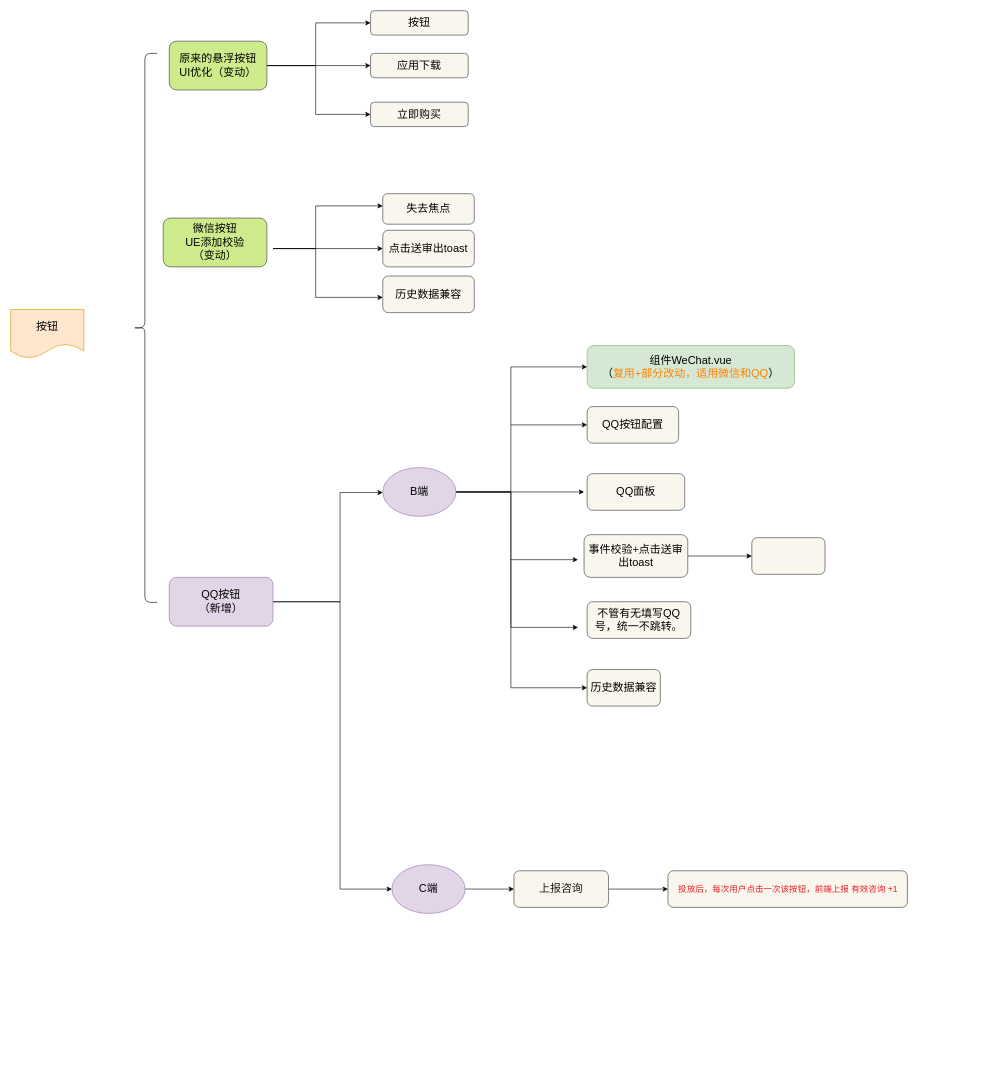
AnneLau/-algorithm_bubble keeps this draw.io diagram as QQ直达链接开发点.drawio. Above is the earlier version. Source tidied: cells renumbered, new cells numbered last; positions are measured from the earlier drawing's top-left corner, leaving out a move shared by most shapes. Both pictures are drawn from the tidied source at 61%, with x=0, y=0 at pixel (10, 10).
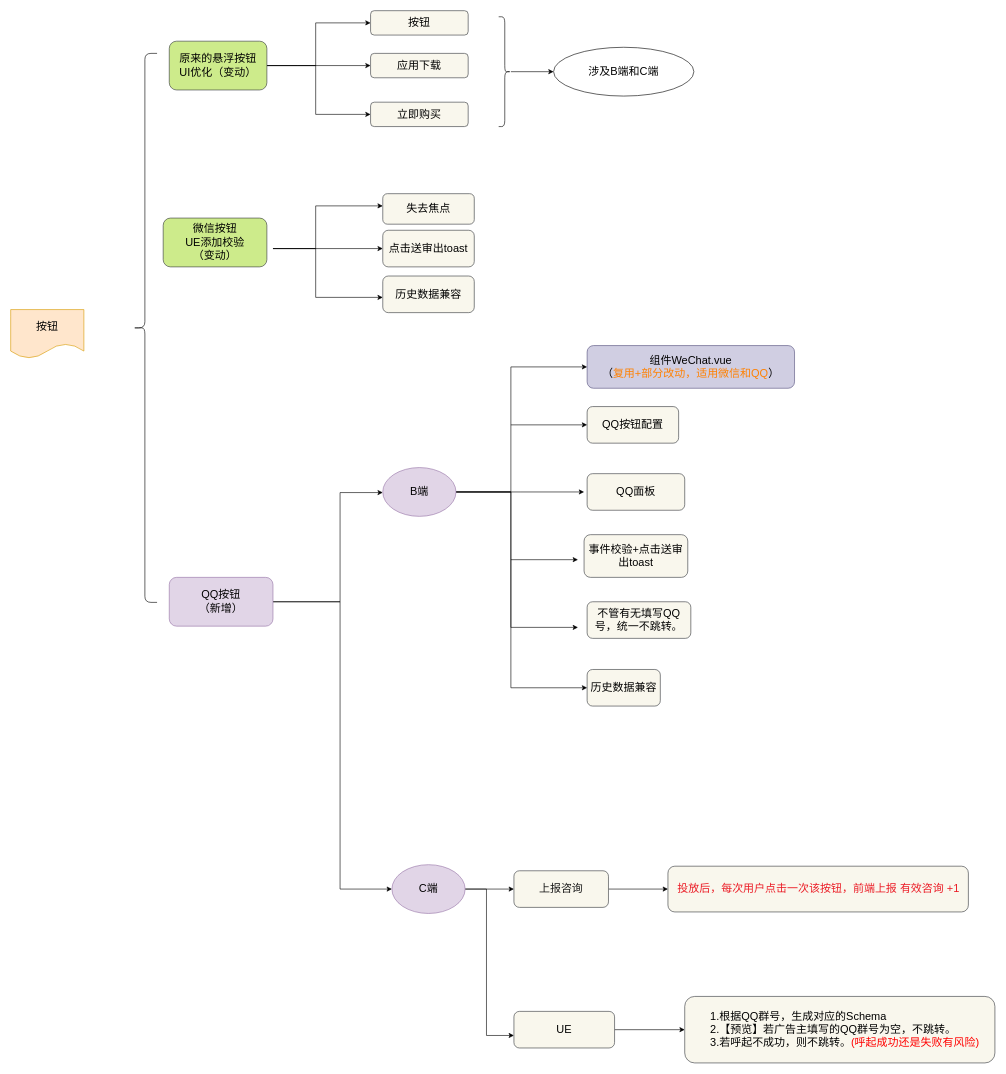
The same diagram, later.

Commit message (it also covers changes not shown here):
Update QQ直达链接开发点.drawio

Unchanged cells that the change refers to:
```xml
<mxCell id="26" value="&lt;span style=&quot;font-size: 18px&quot;&gt;事件校验+点击送审出toast&lt;/span&gt;&lt;span style=&quot;font-size: 18px&quot;&gt;&lt;br&gt;&lt;/span&gt;" style="whiteSpace=wrap;html=1;rounded=1;strokeColor=#36393d;fillColor=#f9f7ed;" parent="1" vertex="1">
  <mxGeometry x="940" y="859" width="170" height="70" as="geometry" />
</mxCell>
<mxCell id="35" value="&lt;font style=&quot;font-size: 18px&quot;&gt;C端&lt;/font&gt;" style="ellipse;whiteSpace=wrap;html=1;rounded=1;strokeColor=#9673a6;fillColor=#e1d5e7;" parent="1" vertex="1">
  <mxGeometry x="625" y="1400" width="120" height="80" as="geometry" />
</mxCell>
```

Change to the diagram source:
```diff
@@
-    <mxCell id="22" value="&lt;span style=&quot;font-size: 18px&quot;&gt;组件WeChat.vue&lt;br&gt;（&lt;font color=&quot;#ff8000&quot;&gt;复用+部分改动，适用微信和QQ&lt;/font&gt;）&lt;br&gt;&lt;/span&gt;" style="whiteSpace=wrap;html=1;rounded=1;strokeColor=#82b366;fillColor=#d5e8d4;" parent="1" vertex="1">
+    <mxCell id="22" value="&lt;span style=&quot;font-size: 18px&quot;&gt;组件WeChat.vue&lt;br&gt;（&lt;font color=&quot;#ff8000&quot;&gt;复用+部分改动，适用微信和QQ&lt;/font&gt;）&lt;br&gt;&lt;/span&gt;" style="whiteSpace=wrap;html=1;rounded=1;strokeColor=#56517e;fillColor=#d0cee2;" parent="1" vertex="1">
       <mxGeometry x="945" y="549" width="340" height="70" as="geometry" />
     </mxCell>
@@
-    <mxCell id="25" style="edgeStyle=orthogonalEdgeStyle;rounded=0;jettySize=auto;html=1;" parent="1" edge="1" source="26" target="36">
-      <mxGeometry relative="1" as="geometry" />
-    </mxCell>
@@
+    <mxCell id="41" style="edgeStyle=orthogonalEdgeStyle;rounded=0;jettySize=auto;html=1;" parent="1" edge="1" source="35" target="46">
+      <mxGeometry relative="1" as="geometry">
+        <Array as="points">
+          <mxPoint x="780" y="1440" />
+          <mxPoint x="780" y="1680" />
+          <mxPoint x="908" y="1680" />
+        </Array>
+      </mxGeometry>
+    </mxCell>
@@
-    <mxCell id="36" style="whiteSpace=wrap;html=1;rounded=1;strokeColor=#36393d;fillColor=#f9f7ed;" parent="1" vertex="1">
-      <mxGeometry x="1215" y="864" width="120" height="60" as="geometry" />
-    </mxCell>
@@
-    <mxCell id="40" value="&lt;span style=&quot;color: rgb(235 , 28 , 38) ; font-size: 14px ; text-align: left&quot;&gt;投放后，每次用户点击一次该按钮，前端上报 有效咨询 +1&lt;/span&gt;" style="whiteSpace=wrap;html=1;rounded=1;strokeColor=#36393d;fillColor=#f9f7ed;" parent="1" vertex="1">
-      <mxGeometry x="1077.5" y="1410" width="392.5" height="60" as="geometry" />
+    <mxCell id="40" value="&lt;span style=&quot;color: rgb(235 , 28 , 38) ; text-align: left&quot;&gt;&lt;font style=&quot;font-size: 18px&quot;&gt;投放后，每次用户点击一次该按钮，前端上报 有效咨询 +1&lt;/font&gt;&lt;/span&gt;" style="whiteSpace=wrap;html=1;rounded=1;strokeColor=#36393d;fillColor=#f9f7ed;" parent="1" vertex="1">
+      <mxGeometry x="1077.5" y="1402.5" width="492.5" height="75" as="geometry" />
     </mxCell>
+    <mxCell id="42" style="edgeStyle=orthogonalEdgeStyle;rounded=0;jettySize=auto;html=1;" parent="1" edge="1" source="43" target="44">
+      <mxGeometry relative="1" as="geometry" />
+    </mxCell>
+    <mxCell id="43" style="shape=curlyBracket;whiteSpace=wrap;html=1;rounded=1;direction=west;" parent="1" vertex="1">
+      <mxGeometry x="800" y="10" width="20" height="180" as="geometry" />
+    </mxCell>
+    <mxCell id="44" value="&lt;font style=&quot;font-size: 18px&quot;&gt;涉及B端和C端&lt;/font&gt;" style="ellipse;whiteSpace=wrap;html=1;rounded=1;" parent="1" vertex="1">
+      <mxGeometry x="890" y="60" width="230" height="80" as="geometry" />
+    </mxCell>
+    <mxCell id="45" style="edgeStyle=orthogonalEdgeStyle;rounded=0;jettySize=auto;html=1;" parent="1" edge="1" source="46" target="47">
+      <mxGeometry relative="1" as="geometry" />
+    </mxCell>
+    <mxCell id="46" value="&lt;font style=&quot;font-size: 18px&quot;&gt;UE&lt;/font&gt;" style="whiteSpace=wrap;html=1;rounded=1;strokeColor=#36393d;fillColor=#f9f7ed;" parent="1" vertex="1">
+      <mxGeometry x="825" y="1640.5" width="165" height="60" as="geometry" />
+    </mxCell>
+    <mxCell id="47" value="&lt;blockquote style=&quot;margin: 0px 0px 0px 40px ; border: none ; padding: 0px ; font-size: 18px&quot;&gt;&lt;div&gt;&lt;font style=&quot;font-size: 18px&quot;&gt;&lt;br&gt;&lt;/font&gt;&lt;/div&gt;&lt;div&gt;&lt;font style=&quot;font-size: 18px&quot;&gt;1.根据QQ群号，生成对应的Schema&lt;/font&gt;&lt;/div&gt;&lt;div&gt;&lt;font style=&quot;font-size: 18px&quot;&gt;2.【预览】若广告主填写的QQ群号为空，不跳转。&lt;/font&gt;&lt;/div&gt;&lt;div&gt;&lt;font style=&quot;font-size: 18px&quot;&gt;3.若呼起不成功，则不跳转。&lt;font color=&quot;#ff0000&quot; style=&quot;font-size: 18px&quot;&gt;(呼起成功还是失败有风险)&lt;/font&gt;&lt;/font&gt;&lt;/div&gt;&lt;/blockquote&gt;&lt;div style=&quot;font-size: 18px&quot;&gt;&lt;br&gt;&lt;/div&gt;" style="whiteSpace=wrap;html=1;rounded=1;strokeColor=#36393d;fillColor=#f9f7ed;align=left;" parent="1" vertex="1">
+      <mxGeometry x="1105" y="1616" width="508.5" height="109" as="geometry" />
+    </mxCell>
```
